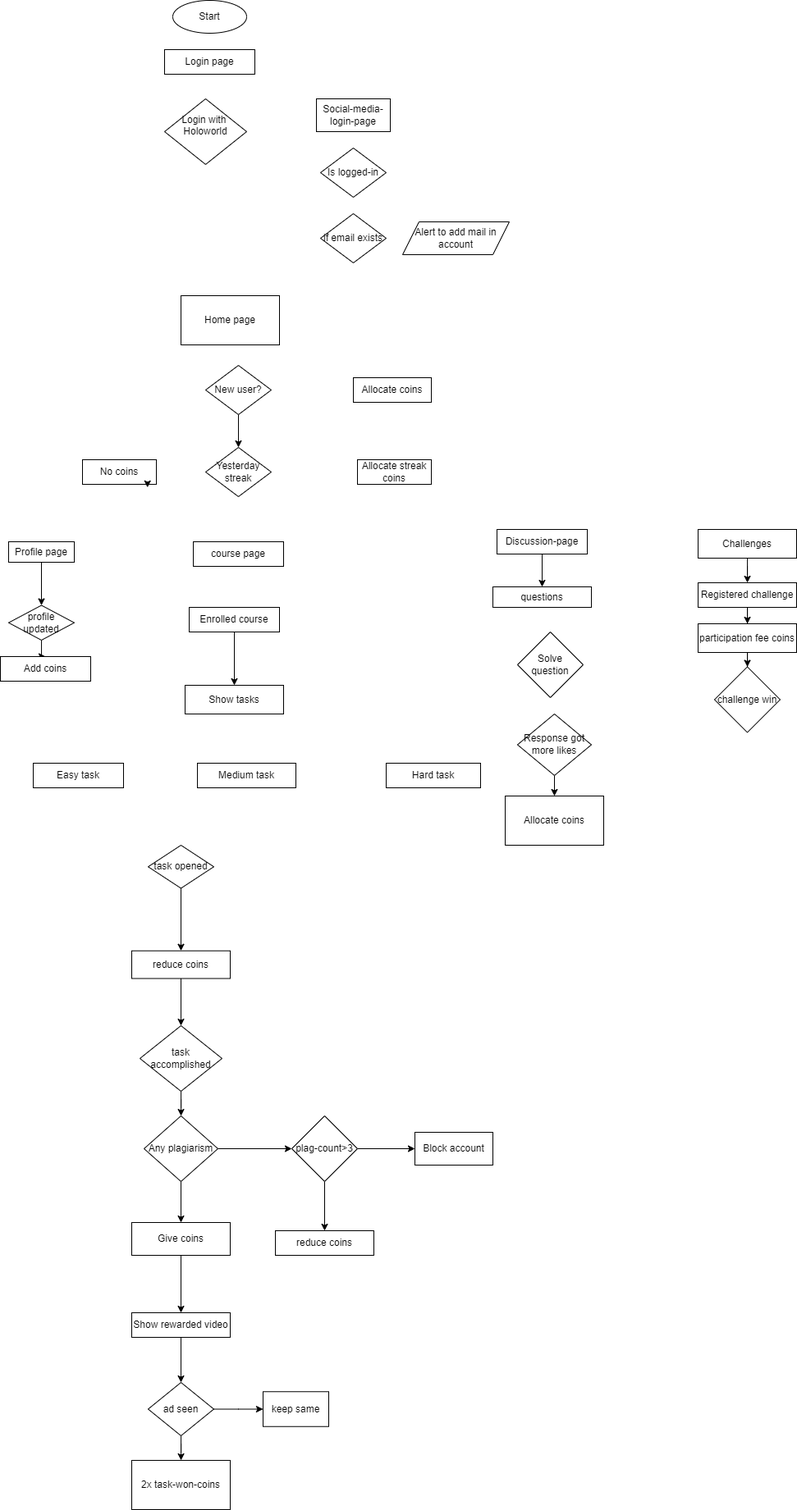
The draw.io diagram public/Coin-flow-chart.drawio.png in karthiksatish159/googleads, before a commit. Source tidied: cells renumbered, new cells last; positions are measured from the earlier drawing's top-left corner, leaving out a move shared by most shapes.
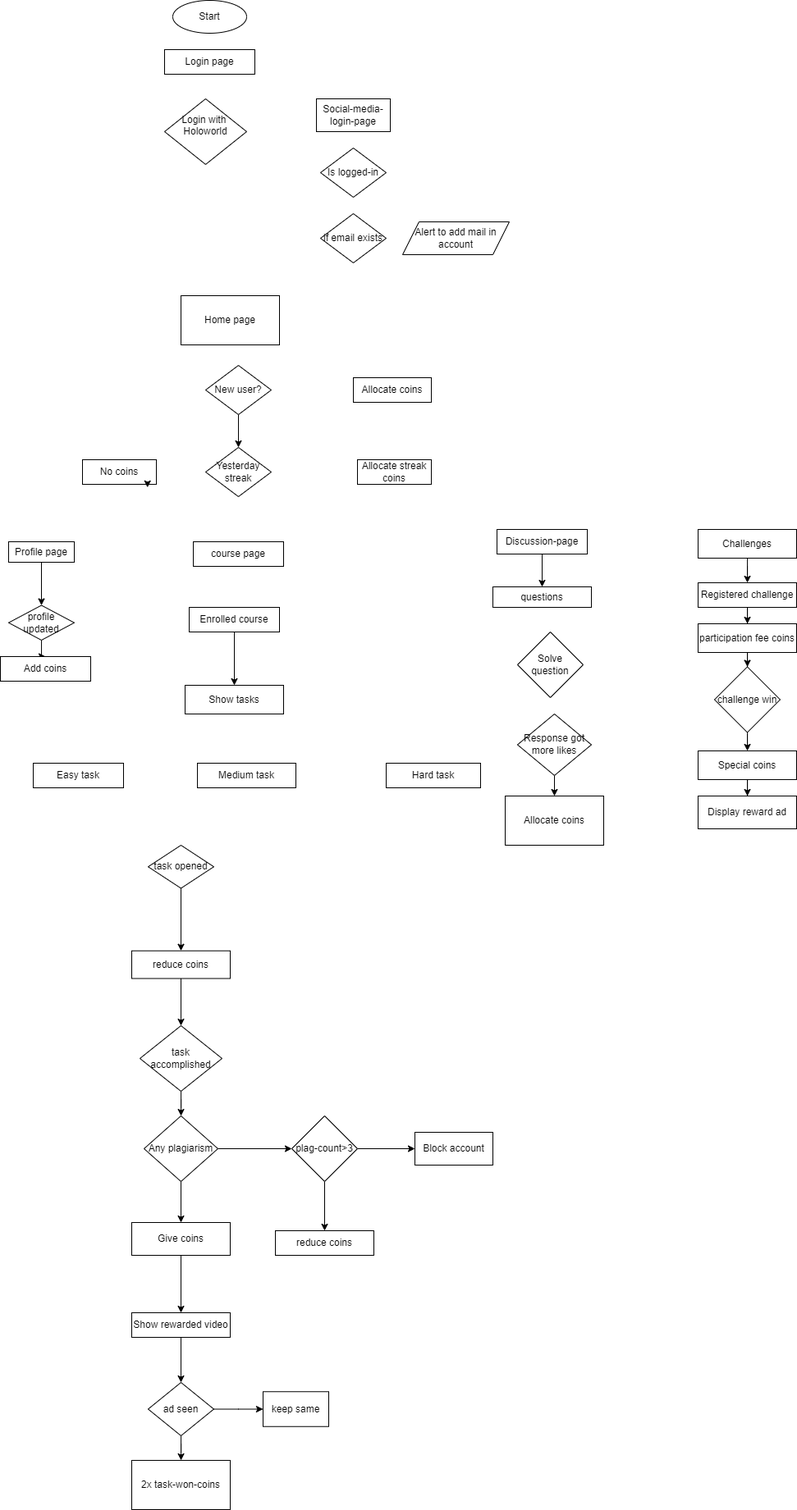
Above is the later version.

The edit, as a diff of the source:
```diff
@@ -191,8 +191,20 @@
     <mxCell id="64" value="participation fee coins" style="whiteSpace=wrap;html=1;rounded=0;" parent="1" vertex="1">
       <mxGeometry x="850" y="760" width="120" height="35" as="geometry" />
     </mxCell>
+    <mxCell id="66" style="edgeStyle=orthogonalEdgeStyle;rounded=0;jettySize=auto;html=1;" parent="1" edge="1" source="65" target="68">
+      <mxGeometry relative="1" as="geometry" />
+    </mxCell>
     <mxCell id="65" value="challenge win" style="rhombus;whiteSpace=wrap;html=1;rounded=0;" parent="1" vertex="1">
       <mxGeometry x="870" y="812.5" width="80" height="80" as="geometry" />
     </mxCell>
+    <mxCell id="67" style="edgeStyle=orthogonalEdgeStyle;rounded=0;jettySize=auto;html=1;" parent="1" edge="1" source="68" target="69">
+      <mxGeometry relative="1" as="geometry" />
+    </mxCell>
+    <mxCell id="68" value="Special coins" style="whiteSpace=wrap;html=1;rounded=0;" parent="1" vertex="1">
+      <mxGeometry x="850" y="915" width="120" height="35" as="geometry" />
+    </mxCell>
+    <mxCell id="69" value="Display reward ad" style="whiteSpace=wrap;html=1;rounded=0;" parent="1" vertex="1">
+      <mxGeometry x="850" y="970" width="120" height="40" as="geometry" />
+    </mxCell>
   </root>
 </mxGraphModel>
```
